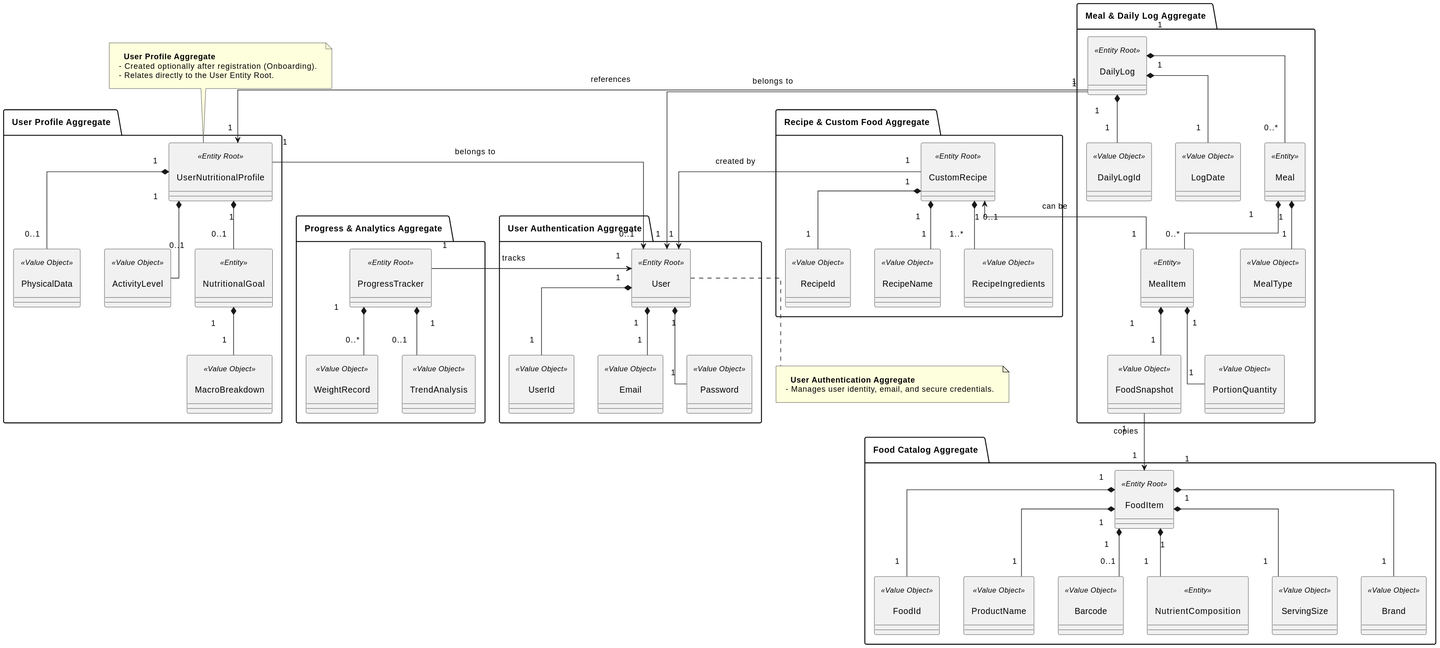
This is backend/docs/global-artifacts/domainModel/Domain_Model.svg from Pedro-P21/FitMaxxer, a PlantUML export, as it was before one commit.
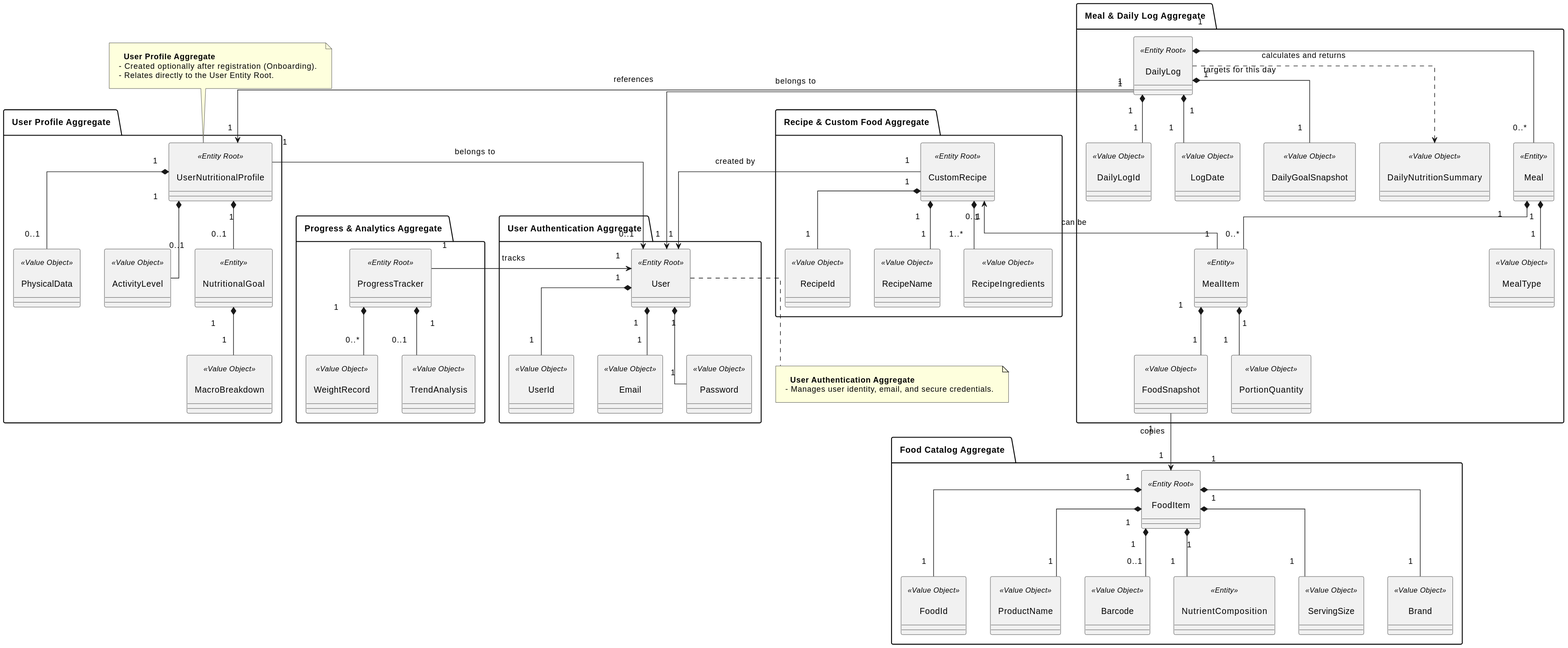
The same diagram one commit later.

Commit message:
#22- Added new value objects to Logging aggregate, to make a cleaner architecture

What changed in the source:
```diff
@@ -43,6 +43,8 @@
     class DailyLog <<Entity Root>> {}
     class DailyLogId <<Value Object>>  {}
     class LogDate <<Value Object>> {}
+    class DailyGoalSnapshot <<Value Object>> {}
+    class DailyNutritionSummary <<Value Object>> {}
     class Meal <<Entity>> {}
     class MealType <<Value Object>> {}
     class MealItem <<Entity>> {}
@@ -81,6 +83,8 @@
 
 DailyLog "1" *-- "1" DailyLogId
 DailyLog "1" *-- "1" LogDate
+DailyLog "1" *-- "1" DailyGoalSnapshot : "targets for this day"
+DailyLog ..> DailyNutritionSummary : "calculates and returns"
 DailyLog "1" --> "1" User : "belongs to"
 DailyLog "1" *-- "0..*" Meal
 DailyLog "1" --> "1" UserNutritionalProfile: "references"
```
